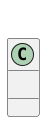
Earlier version of the PlantUML export src/_04-classes/05-private-members/diagrams/topic_05.png (tborzyszkowski/python-programming).
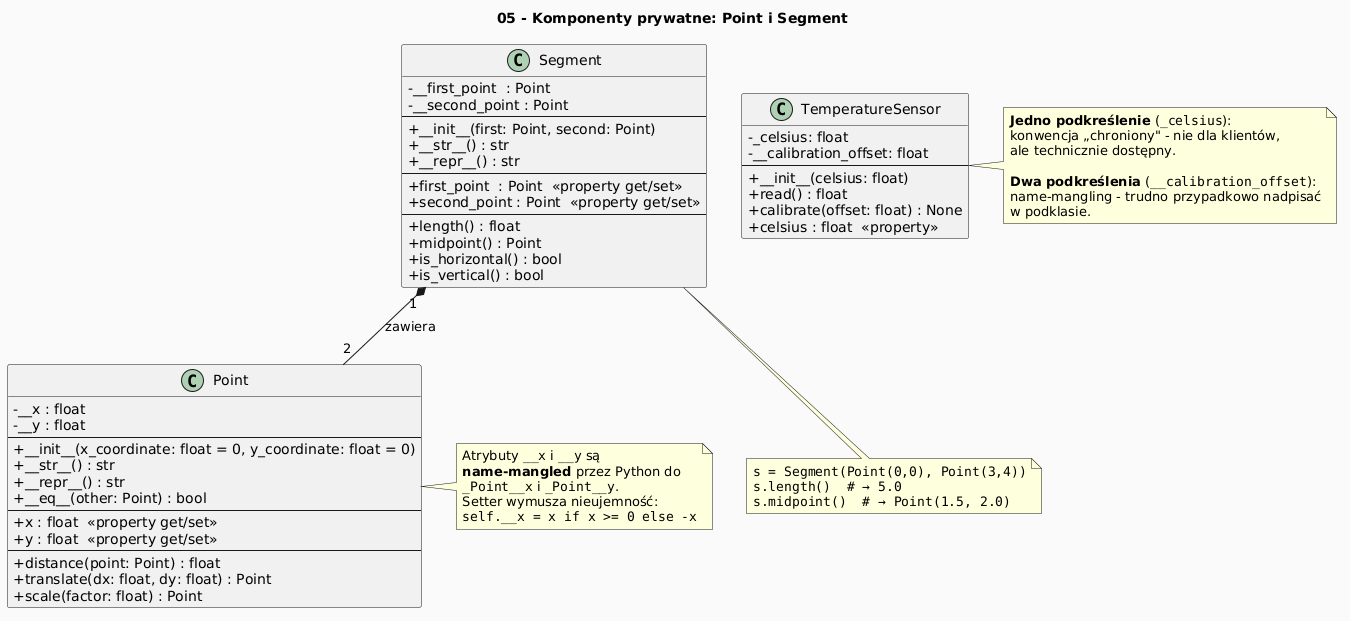
The same diagram one commit later.

What changed in the source:
```diff
@@ -1,9 +1,75 @@
 @startuml
 skinparam classAttributeIconSize 0
-        title 05 - Komponenty prywatne w Pythonie
-        class TemperatureSensor {
-  -_celsius: float
-  -__calibration_offset: float
-  +read()
+skinparam backgroundColor #FAFAFA
+title 05 - Komponenty prywatne: Point i Segment
+
+class Point {
+  - __x : float
+  - __y : float
+  --
+  + __init__(x_coordinate: float = 0, y_coordinate: float = 0)
+  + __str__() : str
+  + __repr__() : str
+  + __eq__(other: Point) : bool
+  --
+  + x : float  <<property get/set>>
+  + y : float  <<property get/set>>
+  --
+  + distance(point: Point) : float
+  + translate(dx: float, dy: float) : Point
+  + scale(factor: float) : Point
 }
+
+note right of Point
+  Atrybuty ""__x"" i ""__y"" są
+  **name-mangled** przez Python do
+  ""_Point__x"" i ""_Point__y"".
+  Setter wymusza nieujemność:
+  ""self.__x = x if x >= 0 else -x""
+end note
+
+class Segment {
+  - __first_point  : Point
+  - __second_point : Point
+  --
+  + __init__(first: Point, second: Point)
+  + __str__() : str
+  + __repr__() : str
+  --
+  + first_point  : Point  <<property get/set>>
+  + second_point : Point  <<property get/set>>
+  --
+  + length() : float
+  + midpoint() : Point
+  + is_horizontal() : bool
+  + is_vertical() : bool
+}
+
+Segment "1" *-- "2" Point : zawiera
+
+note bottom of Segment
+  ""s = Segment(Point(0,0), Point(3,4))""
+  ""s.length()  # → 5.0""
+  ""s.midpoint()  # → Point(1.5, 2.0)""
+end note
+
+class TemperatureSensor {
+  - _celsius: float
+  - __calibration_offset: float
+  --
+  + __init__(celsius: float)
+  + read() : float
+  + calibrate(offset: float) : None
+  + celsius : float  <<property>>
+}
+
+note right of TemperatureSensor
+  **Jedno podkreślenie** (""_celsius""):
+  konwencja „chroniony" - nie dla klientów,
+  ale technicznie dostępny.
+
+  **Dwa podkreślenia** (""__calibration_offset""):
+  name-mangling - trudno przypadkowo nadpisać
+  w podklasie.
+end note
 @enduml
```
